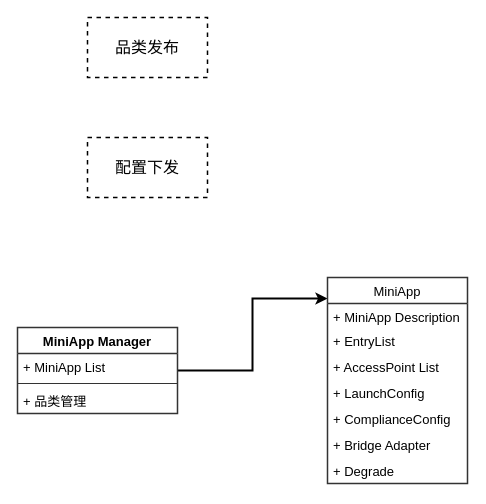
The draw.io diagram page "Mini App" (4 of 6) of 未命名绘图.drawio in ashen-23/DrawIORepo, before the edit. Source tidied: cells renumbered, new cells numbered last; positions are measured from the earlier drawing's top-left corner, leaving out a move shared by most shapes. Both pictures are drawn from the tidied source at 100%, with x=0, y=0 at pixel (17, 17).
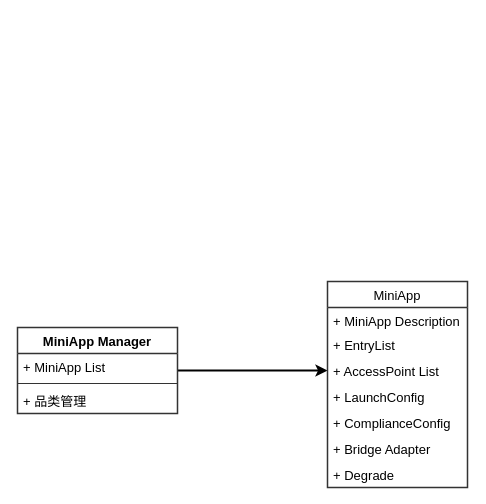
After the change.

Commit message (it also covers changes not shown here):
更新未命名绘图.drawio

Change to the diagram source:
```diff
@@
 <mxGraphModel>
   <root>
     <mxCell id="0" />
     <mxCell id="1" parent="0" />
-    <mxCell id="2" value="品类发布" style="whiteSpace=wrap;html=1;rounded=0;shadow=0;glass=0;dashed=1;strokeColor=default;strokeWidth=1.5;fontSize=16;fontColor=#000000;fillColor=none;gradientColor=none;" parent="1" vertex="1">
-      <mxGeometry x="70" width="120" height="60" as="geometry" />
-    </mxCell>
-    <mxCell id="3" value="配置下发" style="whiteSpace=wrap;html=1;rounded=0;shadow=0;glass=0;dashed=1;strokeColor=default;strokeWidth=1.5;fontSize=16;fontColor=#000000;fillColor=none;gradientColor=none;" parent="1" vertex="1">
-      <mxGeometry x="70" y="120" width="120" height="60" as="geometry" />
-    </mxCell>
-    <mxCell id="4" style="edgeStyle=orthogonalEdgeStyle;rounded=0;jettySize=auto;html=1;entryX=0;entryY=0.102;entryDx=0;entryDy=0;entryPerimeter=0;strokeWidth=2;fontSize=13;fontColor=#000000;" parent="1" edge="1" source="5" target="9">
+    <mxCell id="4" style="edgeStyle=orthogonalEdgeStyle;rounded=0;jettySize=auto;html=1;strokeWidth=2;fontSize=13;fontColor=#000000;entryX=0;entryY=0.5;entryDx=0;entryDy=0;" parent="1" edge="1" source="5" target="12">
       <mxGeometry relative="1" as="geometry" />
     </mxCell>
     <mxCell id="5" value="MiniApp Manager" style="swimlane;fontStyle=1;align=center;verticalAlign=top;horizontal=1;startSize=26;rounded=0;shadow=0;glass=0;strokeColor=#333333;strokeWidth=1.5;fontSize=13;fontColor=#000000;fillColor=none;gradientColor=none;" parent="1" vertex="1">
       <mxGeometry y="310" width="160" height="86" as="geometry" />
     </mxCell>
     <mxCell id="6" value="+ MiniApp List" style="text;strokeColor=none;fillColor=none;align=left;verticalAlign=top;spacingLeft=4;spacingRight=4;overflow=hidden;rounded=0;shadow=0;glass=0;strokeWidth=1.5;fontSize=13;fontColor=#000000;" parent="5" vertex="1">
       <mxGeometry y="26" width="160" height="26" as="geometry" />
     </mxCell>
     <mxCell id="7" style="line;strokeWidth=1;fillColor=none;align=left;verticalAlign=middle;spacingTop=-1;spacingLeft=3;spacingRight=3;labelPosition=right;strokeColor=inherit;rounded=0;shadow=0;glass=0;fontSize=13;fontColor=#000000;" parent="5" vertex="1">
       <mxGeometry y="52" width="160" height="8" as="geometry" />
     </mxCell>
     <mxCell id="8" value="+ 品类管理" style="text;strokeColor=none;fillColor=none;align=left;verticalAlign=top;spacingLeft=4;spacingRight=4;overflow=hidden;rounded=0;shadow=0;glass=0;strokeWidth=1.5;fontSize=13;fontColor=#000000;" parent="5" vertex="1">
       <mxGeometry y="60" width="160" height="26" as="geometry" />
     </mxCell>
     <mxCell id="9" value="MiniApp" style="swimlane;fontStyle=0;horizontal=1;startSize=26;fillColor=none;rounded=0;shadow=0;glass=0;strokeColor=#333333;strokeWidth=1.5;fontSize=13;fontColor=#000000;" parent="1" vertex="1">
-      <mxGeometry x="310" y="260" width="140" height="206" as="geometry" />
+      <mxGeometry x="310" y="264" width="140" height="206" as="geometry" />
     </mxCell>
     <mxCell id="10" value="+ MiniApp Description" style="text;strokeColor=none;fillColor=none;align=left;verticalAlign=top;spacingLeft=4;spacingRight=4;overflow=hidden;rounded=0;shadow=0;glass=0;strokeWidth=1.5;fontSize=13;fontColor=#000000;" parent="9" vertex="1">
       <mxGeometry y="26" width="140" height="24" as="geometry" />
     </mxCell>
     <mxCell id="11" value="+ EntryList" style="text;strokeColor=none;fillColor=none;align=left;verticalAlign=top;spacingLeft=4;spacingRight=4;overflow=hidden;rounded=0;shadow=0;glass=0;strokeWidth=1.5;fontSize=13;fontColor=#000000;" parent="9" vertex="1">
       <mxGeometry y="50" width="140" height="26" as="geometry" />
     </mxCell>
     <mxCell id="12" value="+ AccessPoint List&#10;" style="text;strokeColor=none;fillColor=none;align=left;verticalAlign=top;spacingLeft=4;spacingRight=4;overflow=hidden;points=[[0,0.5],[1,0.5]];portConstraint=eastwest;rounded=0;shadow=0;glass=0;strokeWidth=1.5;fontSize=13;fontColor=#000000;" parent="9" vertex="1">
       <mxGeometry y="76" width="140" height="26" as="geometry" />
     </mxCell>
     <mxCell id="13" value="+ LaunchConfig" style="text;strokeColor=none;fillColor=none;align=left;verticalAlign=top;spacingLeft=4;spacingRight=4;overflow=hidden;rounded=0;shadow=0;glass=0;strokeWidth=1.5;fontSize=13;fontColor=#000000;" parent="9" vertex="1">
       <mxGeometry y="102" width="140" height="26" as="geometry" />
     </mxCell>
     <mxCell id="14" value="+ ComplianceConfig" style="text;strokeColor=none;fillColor=none;align=left;verticalAlign=top;spacingLeft=4;spacingRight=4;overflow=hidden;rounded=0;shadow=0;glass=0;strokeWidth=1.5;fontSize=13;fontColor=#000000;" parent="9" vertex="1">
       <mxGeometry y="128" width="140" height="26" as="geometry" />
     </mxCell>
     <mxCell id="15" value="+ Bridge Adapter" style="text;strokeColor=none;fillColor=none;align=left;verticalAlign=top;spacingLeft=4;spacingRight=4;overflow=hidden;rounded=0;shadow=0;glass=0;strokeWidth=1.5;fontSize=13;fontColor=#000000;" parent="9" vertex="1">
       <mxGeometry y="154" width="140" height="26" as="geometry" />
     </mxCell>
     <mxCell id="16" value="+ Degrade" style="text;strokeColor=none;fillColor=none;align=left;verticalAlign=top;spacingLeft=4;spacingRight=4;overflow=hidden;rounded=0;shadow=0;glass=0;strokeWidth=1.5;fontSize=13;fontColor=#000000;" parent="9" vertex="1">
       <mxGeometry y="180" width="140" height="26" as="geometry" />
     </mxCell>
   </root>
 </mxGraphModel>
```
